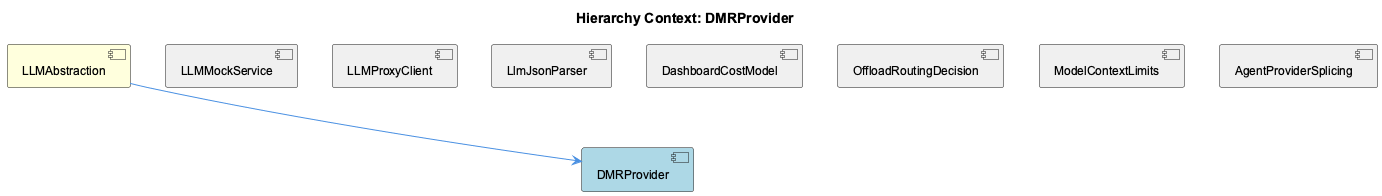
This is knowledge-management/insights/images/dmrprovider-relationship.png from fwornle/coding, a PlantUML export, as it was before one commit. The source it was exported from:
```plantuml
@startuml
!include _standard-style.puml

title Hierarchy Context: DMRProvider

[LLMAbstraction] as llmabstraction #FFFFDD
[DMRProvider] as dmrprovider #LightBlue
[LLMMockService] as llmmock_service #F0F0F0
[LLMProxyClient] as llmproxy_client #F0F0F0
[LlmJsonParser] as llm_json_parser #F0F0F0
[DashboardCostModel] as dashboard_cost_model #F0F0F0
[OffloadRoutingDecision] as offload_routing_decision #F0F0F0
[ModelContextLimits] as model_context_limits #F0F0F0
[AgentProviderSplicing] as agent_provider_splicing #F0F0F0

llmabstraction --> dmrprovider
llmmock_service -[hidden]- dmrprovider
llmproxy_client -[hidden]- dmrprovider
llm_json_parser -[hidden]- dmrprovider
dashboard_cost_model -[hidden]- dmrprovider
offload_routing_decision -[hidden]- dmrprovider
model_context_limits -[hidden]- dmrprovider
agent_provider_splicing -[hidden]- dmrprovider

@enduml
```
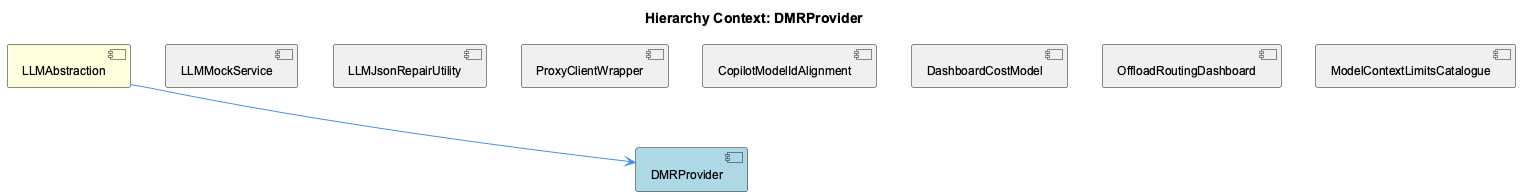
Above is the later version.

Change to the diagram source:
```diff
@@ -6,20 +6,20 @@
 [LLMAbstraction] as llmabstraction #FFFFDD
 [DMRProvider] as dmrprovider #LightBlue
 [LLMMockService] as llmmock_service #F0F0F0
-[LLMProxyClient] as llmproxy_client #F0F0F0
-[LlmJsonParser] as llm_json_parser #F0F0F0
+[LLMJsonRepairUtility] as llmjson_repair_utility #F0F0F0
+[ProxyClientWrapper] as proxy_client_wrapper #F0F0F0
+[CopilotModelIdAlignment] as copilot_model_id_alignment #F0F0F0
 [DashboardCostModel] as dashboard_cost_model #F0F0F0
-[OffloadRoutingDecision] as offload_routing_decision #F0F0F0
-[ModelContextLimits] as model_context_limits #F0F0F0
-[AgentProviderSplicing] as agent_provider_splicing #F0F0F0
+[OffloadRoutingDashboard] as offload_routing_dashboard #F0F0F0
+[ModelContextLimitsCatalogue] as model_context_limits_catalogue #F0F0F0
 
 llmabstraction --> dmrprovider
 llmmock_service -[hidden]- dmrprovider
-llmproxy_client -[hidden]- dmrprovider
-llm_json_parser -[hidden]- dmrprovider
+llmjson_repair_utility -[hidden]- dmrprovider
+proxy_client_wrapper -[hidden]- dmrprovider
+copilot_model_id_alignment -[hidden]- dmrprovider
 dashboard_cost_model -[hidden]- dmrprovider
-offload_routing_decision -[hidden]- dmrprovider
-model_context_limits -[hidden]- dmrprovider
-agent_provider_splicing -[hidden]- dmrprovider
+offload_routing_dashboard -[hidden]- dmrprovider
+model_context_limits_catalogue -[hidden]- dmrprovider
 
 @enduml
```
